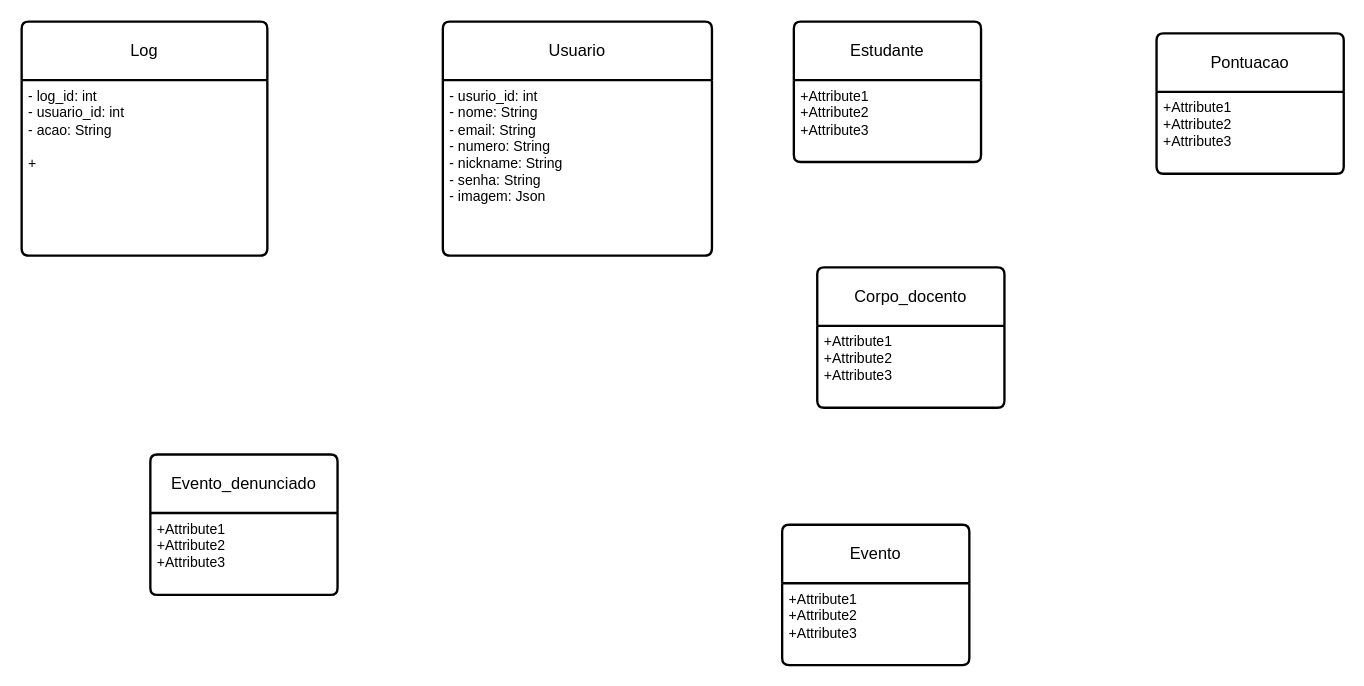
Organization-Meets/Meets_Docs keeps this draw.io diagram as Draw.io/modelo_relacional_ES.drawio. Above is the earlier version. Source tidied: cells renumbered, new cells numbered last; positions are measured from the earlier drawing's top-left corner, leaving out a move shared by most shapes. Both pictures are drawn from the tidied source at 117%, with x=0, y=0 at pixel (21, 21).
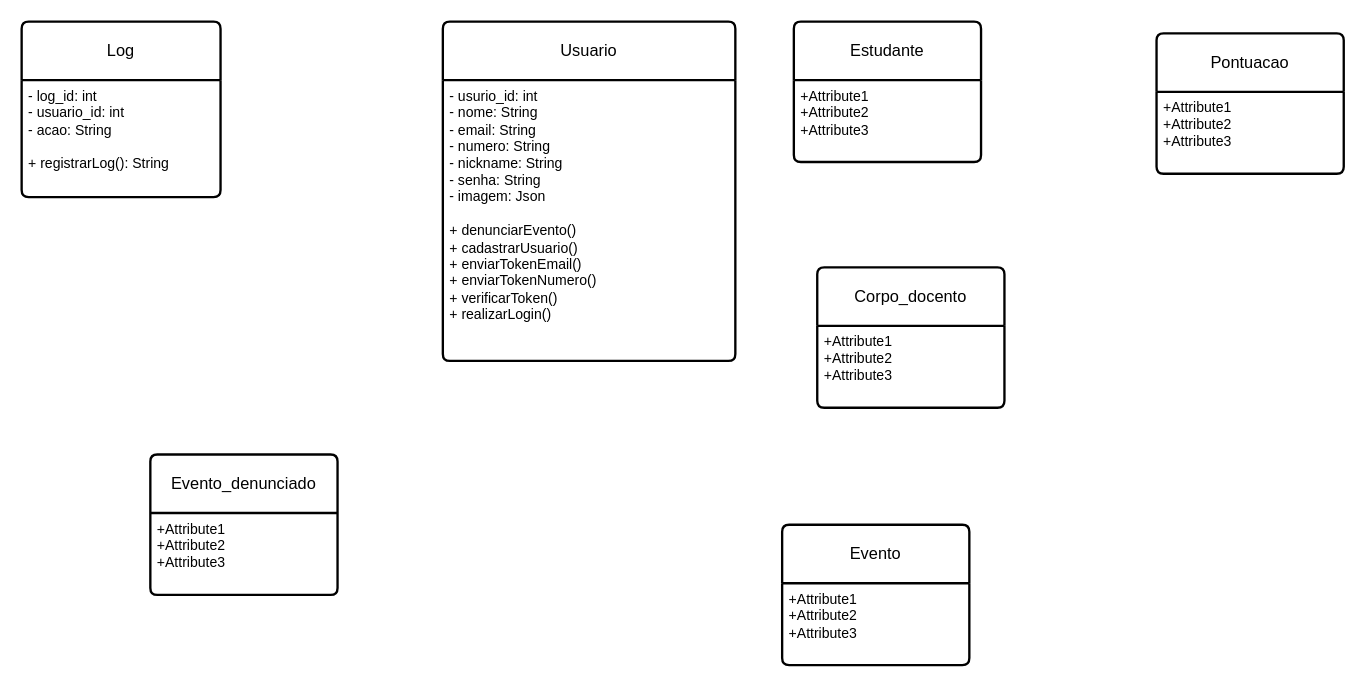
After the change.

Change to the diagram source:
```diff
@@
 <mxGraphModel>
   <root>
     <mxCell id="0" />
     <mxCell id="1" parent="0" />
     <mxCell id="2" value="Log" style="swimlane;horizontal=1;startSize=50;rounded=1;fontSize=14;fontStyle=0;strokeWidth=2;shadow=0;dashed=0;align=center;arcSize=4;whiteSpace=wrap;html=1;" parent="1" vertex="1">
-      <mxGeometry width="210" height="200" as="geometry" />
+      <mxGeometry width="170" height="150" as="geometry" />
     </mxCell>
-    <mxCell id="3" value="- log_id: int&lt;div&gt;- usuario_id: int&lt;/div&gt;&lt;div&gt;- acao: String&lt;/div&gt;&lt;div&gt;&lt;br&gt;&lt;/div&gt;&lt;div&gt;+&lt;/div&gt;" style="align=left;strokeColor=none;fillColor=none;spacingLeft=4;spacingRight=4;fontSize=12;verticalAlign=top;html=1;whiteSpace=wrap;" parent="2" vertex="1">
-      <mxGeometry y="50" width="210" height="150" as="geometry" />
+    <mxCell id="3" value="- log_id: int&lt;div&gt;- usuario_id: int&lt;/div&gt;&lt;div&gt;- acao: String&lt;/div&gt;&lt;div&gt;&lt;br&gt;&lt;/div&gt;&lt;div&gt;+ registrarLog(): String&lt;/div&gt;" style="align=left;strokeColor=none;fillColor=none;spacingLeft=4;spacingRight=4;fontSize=12;verticalAlign=top;html=1;whiteSpace=wrap;" parent="2" vertex="1">
+      <mxGeometry y="50" width="170" height="100" as="geometry" />
     </mxCell>
     <mxCell id="4" value="Usuario" style="swimlane;horizontal=1;startSize=50;rounded=1;fontSize=14;fontStyle=0;strokeWidth=2;shadow=0;dashed=0;align=center;arcSize=4;whiteSpace=wrap;html=1;" parent="1" vertex="1">
-      <mxGeometry x="360" width="230" height="200" as="geometry" />
+      <mxGeometry x="360" width="250" height="290" as="geometry" />
     </mxCell>
-    <mxCell id="5" value="- usurio_id: int&lt;div&gt;- nome: String&lt;/div&gt;&lt;div&gt;- email: String&lt;/div&gt;&lt;div&gt;- numero: String&lt;/div&gt;&lt;div&gt;- nickname: String&lt;/div&gt;&lt;div&gt;- senha: String&lt;/div&gt;&lt;div&gt;- imagem: Json&lt;/div&gt;" style="align=left;strokeColor=none;fillColor=none;spacingLeft=4;spacingRight=4;fontSize=12;verticalAlign=top;html=1;whiteSpace=wrap;" parent="4" vertex="1">
-      <mxGeometry y="50" width="230" height="150" as="geometry" />
+    <mxCell id="5" value="- usurio_id: int&lt;div&gt;- nome: String&lt;/div&gt;&lt;div&gt;- email: String&lt;/div&gt;&lt;div&gt;- numero: String&lt;/div&gt;&lt;div&gt;- nickname: String&lt;/div&gt;&lt;div&gt;- senha: String&lt;/div&gt;&lt;div&gt;- imagem: Json&lt;/div&gt;&lt;div&gt;&lt;br&gt;&lt;/div&gt;&lt;div&gt;+ denunciarEvento()&lt;/div&gt;&lt;div&gt;+ cadastrarUsuario()&lt;/div&gt;&lt;div&gt;+ enviarTokenEmail()&lt;/div&gt;&lt;div&gt;+ enviarTokenNumero()&lt;/div&gt;&lt;div&gt;+ verificarToken()&lt;/div&gt;&lt;div&gt;+ realizarLogin()&lt;/div&gt;" style="align=left;strokeColor=none;fillColor=none;spacingLeft=4;spacingRight=4;fontSize=12;verticalAlign=top;html=1;whiteSpace=wrap;" parent="4" vertex="1">
+      <mxGeometry y="50" width="250" height="240" as="geometry" />
     </mxCell>
     <mxCell id="6" value="Evento" style="swimlane;horizontal=1;startSize=50;rounded=1;fontSize=14;fontStyle=0;strokeWidth=2;shadow=0;dashed=0;align=center;arcSize=4;whiteSpace=wrap;html=1;" parent="1" vertex="1">
       <mxGeometry x="650" y="430" width="160" height="120" as="geometry" />
     </mxCell>
     <mxCell id="7" value="+Attribute1&#10;+Attribute2&#10;+Attribute3" style="align=left;strokeColor=none;fillColor=none;spacingLeft=4;spacingRight=4;fontSize=12;verticalAlign=top;html=1;whiteSpace=wrap;" parent="6" vertex="1">
       <mxGeometry y="50" width="160" height="70" as="geometry" />
     </mxCell>
     <mxCell id="8" value="Corpo_docento" style="swimlane;horizontal=1;startSize=50;rounded=1;fontSize=14;fontStyle=0;strokeWidth=2;shadow=0;dashed=0;align=center;arcSize=4;whiteSpace=wrap;html=1;" parent="1" vertex="1">
       <mxGeometry x="680" y="210" width="160" height="120" as="geometry" />
     </mxCell>
     <mxCell id="9" value="+Attribute1&#10;+Attribute2&#10;+Attribute3" style="align=left;strokeColor=none;fillColor=none;spacingLeft=4;spacingRight=4;fontSize=12;verticalAlign=top;html=1;whiteSpace=wrap;" parent="8" vertex="1">
       <mxGeometry y="50" width="160" height="70" as="geometry" />
     </mxCell>
     <mxCell id="10" value="Estudante" style="swimlane;horizontal=1;startSize=50;rounded=1;fontSize=14;fontStyle=0;strokeWidth=2;shadow=0;dashed=0;align=center;arcSize=4;whiteSpace=wrap;html=1;" parent="1" vertex="1">
       <mxGeometry x="660" width="160" height="120" as="geometry" />
     </mxCell>
     <mxCell id="11" value="+Attribute1&#10;+Attribute2&#10;+Attribute3" style="align=left;strokeColor=none;fillColor=none;spacingLeft=4;spacingRight=4;fontSize=12;verticalAlign=top;html=1;whiteSpace=wrap;" parent="10" vertex="1">
       <mxGeometry y="50" width="160" height="70" as="geometry" />
     </mxCell>
     <mxCell id="12" value="Pontuacao" style="swimlane;horizontal=1;startSize=50;rounded=1;fontSize=14;fontStyle=0;strokeWidth=2;shadow=0;dashed=0;align=center;arcSize=4;whiteSpace=wrap;html=1;" parent="1" vertex="1">
       <mxGeometry x="970" y="10" width="160" height="120" as="geometry" />
     </mxCell>
     <mxCell id="13" value="+Attribute1&#10;+Attribute2&#10;+Attribute3" style="align=left;strokeColor=none;fillColor=none;spacingLeft=4;spacingRight=4;fontSize=12;verticalAlign=top;html=1;whiteSpace=wrap;" parent="12" vertex="1">
       <mxGeometry y="50" width="160" height="70" as="geometry" />
     </mxCell>
     <mxCell id="14" value="Evento_denunciado" style="swimlane;horizontal=1;startSize=50;rounded=1;fontSize=14;fontStyle=0;strokeWidth=2;shadow=0;dashed=0;align=center;arcSize=4;whiteSpace=wrap;html=1;" parent="1" vertex="1">
       <mxGeometry x="110" y="370" width="160" height="120" as="geometry" />
     </mxCell>
     <mxCell id="15" value="+Attribute1&#10;+Attribute2&#10;+Attribute3" style="align=left;strokeColor=none;fillColor=none;spacingLeft=4;spacingRight=4;fontSize=12;verticalAlign=top;html=1;whiteSpace=wrap;" parent="14" vertex="1">
       <mxGeometry y="50" width="160" height="70" as="geometry" />
     </mxCell>
   </root>
 </mxGraphModel>
```
